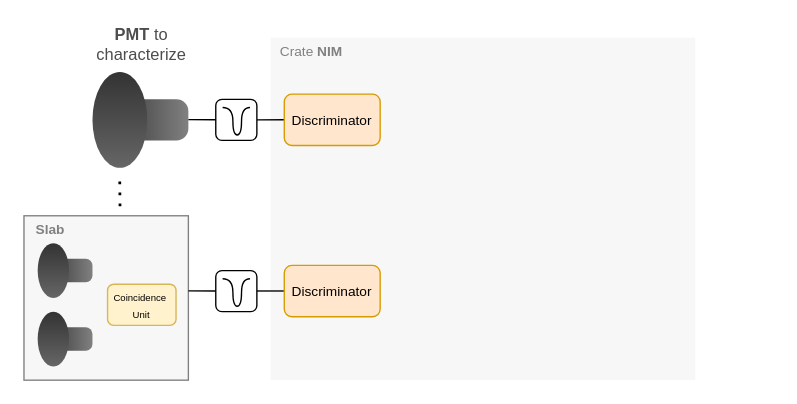
Before: schemes/electronics.drawio in trRiccardo/MuonLifetime, a draw.io diagram. Source tidied: cells renumbered, new cells numbered last; positions are measured from the earlier drawing's top-left corner, leaving out a move shared by most shapes. Both pictures are drawn from the tidied source at 137%, with x=0, y=0 at pixel (23, 23).
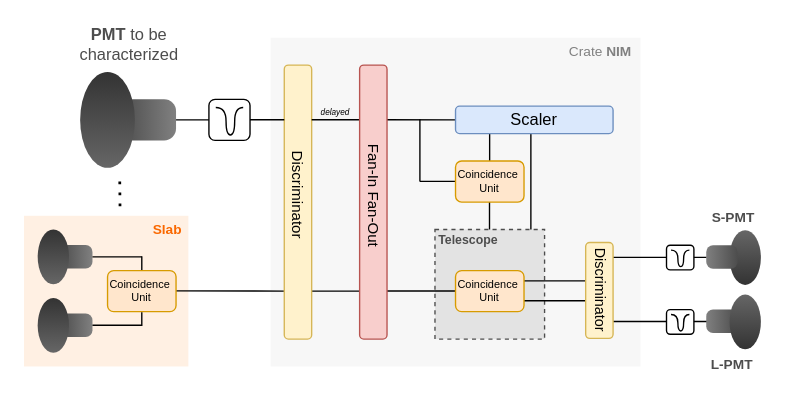
The same page after the edit.

Commit message (it also covers changes not shown here):
finished scheme for efficiency measurements

Change to the diagram source:
```diff
@@
+    <mxCell id="3" style="rounded=0;whiteSpace=wrap;html=1;strokeColor=none;fillColor=#F7F7F7;gradientDirection=east;fontColor=#333333;" parent="1" vertex="1">
+      <mxGeometry x="180" y="10" width="270" height="240" as="geometry" />
+    </mxCell>
+    <mxCell id="27" style="endArrow=none;html=1;rounded=0;fontSize=11;fontColor=#000000;" parent="1" edge="1">
+      <mxGeometry relative="1" as="geometry">
+        <mxPoint x="210" y="195" as="sourcePoint" />
+        <mxPoint x="264" y="195" as="targetPoint" />
+      </mxGeometry>
+    </mxCell>
+    <mxCell id="28" style="endArrow=none;html=1;rounded=0;fontSize=9;fontColor=#FFFFFF;" parent="1" edge="1">
+      <mxGeometry relative="1" as="geometry">
+        <mxPoint x="430" y="217.2" as="sourcePoint" />
+        <mxPoint x="501" y="217.2" as="targetPoint" />
+      </mxGeometry>
+    </mxCell>
-    <mxCell id="2" style="rounded=0;whiteSpace=wrap;html=1;fontSize=10;fontColor=#4D4D4D;strokeColor=#808080;fillColor=#F7F7F7;gradientColor=none;gradientDirection=east;" parent="1" vertex="1">
-      <mxGeometry y="140" width="120" height="120" as="geometry" />
+    <mxCell id="2" style="rounded=0;whiteSpace=wrap;html=1;fontSize=10;strokeColor=none;fillColor=#FFF0E3;gradientDirection=east;" parent="1" vertex="1">
+      <mxGeometry y="140" width="120" height="110" as="geometry" />
     </mxCell>
-    <mxCell id="3" style="rounded=0;whiteSpace=wrap;html=1;strokeColor=none;fillColor=#F7F7F7;gradientDirection=east;fontColor=#333333;" parent="1" vertex="1">
-      <mxGeometry x="180" y="10" width="310" height="250" as="geometry" />
-    </mxCell>
     <mxCell id="4" style="rounded=1;whiteSpace=wrap;html=1;arcSize=29;strokeColor=none;fillColor=#4D4D4D;gradientColor=#808080;gradientDirection=east;" parent="1" vertex="1">
-      <mxGeometry x="80" y="55" width="40" height="30" as="geometry" />
+      <mxGeometry x="71" y="55" width="40" height="30" as="geometry" />
     </mxCell>
     <mxCell id="5" style="ellipse;whiteSpace=wrap;html=1;fillColor=#333333;gradientColor=#666666;strokeColor=none;" parent="1" vertex="1">
-      <mxGeometry x="50" y="35" width="40" height="70" as="geometry" />
+      <mxGeometry x="41" y="35" width="40" height="70" as="geometry" />
     </mxCell>
-    <mxCell id="6" value="&lt;font&gt;&lt;font color=&quot;#4d4d4d&quot;&gt;&lt;b&gt;PMT &lt;/b&gt;to characterize&lt;/font&gt;&lt;br&gt;&lt;/font&gt;" style="text;html=1;align=center;verticalAlign=middle;whiteSpace=wrap;rounded=0;fontColor=#000000;" parent="1" vertex="1">
-      <mxGeometry x="56" width="60" height="30" as="geometry" />
+    <mxCell id="6" value="&lt;font&gt;&lt;font color=&quot;#4d4d4d&quot;&gt;&lt;b&gt;PMT &lt;/b&gt;to be characterized&lt;/font&gt;&lt;br&gt;&lt;/font&gt;" style="text;html=1;align=center;verticalAlign=middle;whiteSpace=wrap;rounded=0;fontColor=#000000;" parent="1" vertex="1">
+      <mxGeometry x="47" width="60" height="30" as="geometry" />
     </mxCell>
@@
-    <mxCell id="8" style="endArrow=none;html=1;rounded=0;fontColor=#000000;startArrow=none;entryX=0;entryY=0.5;entryDx=0;entryDy=0;" parent="1" edge="1" source="9" target="16">
-      <mxGeometry relative="1" as="geometry" />
-    </mxCell>
-    <mxCell id="9" style="rounded=1;whiteSpace=wrap;html=1;fontColor=#000000;strokeColor=#000000;fillColor=#FFFFFF;gradientColor=none;gradientDirection=east;" parent="1" vertex="1">
-      <mxGeometry x="140" y="55" width="30" height="30" as="geometry" />
-    </mxCell>
-    <mxCell id="10" style="endArrow=none;html=1;rounded=0;fontColor=#000000;" parent="1" edge="1" target="9">
-      <mxGeometry relative="1" as="geometry">
-        <mxPoint x="120" y="69.8" as="sourcePoint" />
-      </mxGeometry>
+    <mxCell id="10" style="endArrow=none;html=1;rounded=0;fontColor=#000000;exitX=1;exitY=0.5;exitDx=0;exitDy=0;" parent="1" edge="1" source="4" target="9">
+      <mxGeometry relative="1" as="geometry" />
     </mxCell>
-    <mxCell id="11" style="rounded=1;whiteSpace=wrap;html=1;fontColor=#000000;strokeColor=#000000;fillColor=#FFFFFF;gradientColor=none;gradientDirection=east;" parent="1" vertex="1">
-      <mxGeometry x="140" y="180" width="30" height="30" as="geometry" />
-    </mxCell>
-    <mxCell id="12" style="endArrow=none;html=1;rounded=0;fontColor=#000000;" parent="1" edge="1" target="11">
+    <mxCell id="12" style="endArrow=none;html=1;rounded=0;fontColor=#000000;" parent="1" edge="1">
       <mxGeometry relative="1" as="geometry">
-        <mxPoint x="120" y="194.8" as="sourcePoint" />
+        <mxPoint x="111" y="194.8" as="sourcePoint" />
+        <mxPoint x="190" y="195" as="targetPoint" />
       </mxGeometry>
     </mxCell>
-    <mxCell id="13" style="endArrow=none;html=1;rounded=0;shadow=0;fontColor=#000000;endFill=0;sketch=0;edgeStyle=orthogonalEdgeStyle;curved=1;points=[[0,0,0,0,0],[0,0.24,0,0,0],[0,0.5,0,0,0],[0,0.76,0,0,0],[0,1,0,0,0],[0.26,0,0,0,0],[0.26,1,0,0,0],[0.5,0,0,0,0],[0.5,1,0,0,0],[0.76,0,0,0,0],[0.76,1,0,0,0],[1,0,0,0,0],[1,0.26,0,0,0],[1,0.5,0,0,0],[1,0.76,0,0,0],[1,1,0,0,0]];" parent="1" edge="1">
-      <mxGeometry relative="1" as="geometry">
-        <mxPoint x="145" y="61" as="sourcePoint" />
-        <mxPoint x="165" y="61" as="targetPoint" />
-        <Array as="points">
-          <mxPoint x="152.5" y="61" />
-          <mxPoint x="152.5" y="81" />
-          <mxPoint x="158.8" y="81" />
-          <mxPoint x="158.8" y="61" />
-        </Array>
-      </mxGeometry>
-    </mxCell>
-    <mxCell id="14" style="endArrow=none;html=1;rounded=0;shadow=0;fontColor=#000000;endFill=0;sketch=0;edgeStyle=orthogonalEdgeStyle;curved=1;points=[[0,0,0,0,0],[0,0.24,0,0,0],[0,0.5,0,0,0],[0,0.76,0,0,0],[0,1,0,0,0],[0.26,0,0,0,0],[0.26,1,0,0,0],[0.5,0,0,0,0],[0.5,1,0,0,0],[0.76,0,0,0,0],[0.76,1,0,0,0],[1,0,0,0,0],[1,0.26,0,0,0],[1,0.5,0,0,0],[1,0.76,0,0,0],[1,1,0,0,0]];" parent="1" edge="1">
-      <mxGeometry relative="1" as="geometry">
-        <mxPoint x="145" y="186" as="sourcePoint" />
-        <mxPoint x="165" y="186" as="targetPoint" />
-        <Array as="points">
-          <mxPoint x="152.5" y="186" />
-          <mxPoint x="152.5" y="206" />
-          <mxPoint x="158.8" y="206" />
-          <mxPoint x="158.8" y="186" />
-        </Array>
-      </mxGeometry>
-    </mxCell>
     <mxCell id="15" value="Crate&lt;b&gt; NIM&lt;/b&gt;" style="text;html=1;strokeColor=none;fillColor=none;align=center;verticalAlign=middle;whiteSpace=wrap;rounded=0;fontColor=#808080;fontSize=10;" parent="1" vertex="1">
-      <mxGeometry x="180" y="10" width="60" height="20" as="geometry" />
+      <mxGeometry x="391" y="10" width="60" height="20" as="geometry" />
     </mxCell>
-    <mxCell id="16" value="Discriminator" style="rounded=1;whiteSpace=wrap;html=1;fontSize=10;strokeColor=#d79b00;fillColor=#ffe6cc;gradientDirection=east;" parent="1" vertex="1">
-      <mxGeometry x="190" y="51.2" width="70" height="37.5" as="geometry" />
-    </mxCell>
-    <mxCell id="17" style="endArrow=none;html=1;rounded=0;fontColor=#000000;startArrow=none;entryX=0;entryY=0.5;entryDx=0;entryDy=0;" parent="1" edge="1">
-      <mxGeometry relative="1" as="geometry">
-        <mxPoint x="170" y="194.9" as="sourcePoint" />
-        <mxPoint x="190" y="194.9" as="targetPoint" />
-      </mxGeometry>
-    </mxCell>
-    <mxCell id="18" value="Discriminator" style="rounded=1;whiteSpace=wrap;html=1;fontSize=10;strokeColor=#d79b00;fillColor=#ffe6cc;gradientDirection=east;" parent="1" vertex="1">
-      <mxGeometry x="190" y="176.2" width="70" height="37.5" as="geometry" />
-    </mxCell>
     <mxCell id="19" style="group;" parent="1" vertex="1">
-      <mxGeometry x="10" y="160" width="40" height="40" as="geometry" />
+      <mxGeometry x="10" y="150" width="40" height="40" as="geometry" />
     </mxCell>
@@
-    <mxCell id="22" value="&lt;b&gt;Slab&lt;/b&gt;" style="text;html=1;strokeColor=none;fillColor=none;align=center;verticalAlign=middle;whiteSpace=wrap;rounded=0;fontColor=#808080;fontSize=10;" parent="1" vertex="1">
-      <mxGeometry y="140" width="39" height="20" as="geometry" />
+    <mxCell id="22" value="&lt;b&gt;Slab&lt;/b&gt;" style="text;html=1;strokeColor=none;fillColor=none;align=center;verticalAlign=middle;whiteSpace=wrap;rounded=0;fontColor=#FA6800;fontSize=10;" parent="1" vertex="1">
+      <mxGeometry x="90" y="140" width="30" height="20" as="geometry" />
     </mxCell>
     <mxCell id="23" style="group;" parent="1" vertex="1">
-      <mxGeometry x="10" y="210" width="40" height="40" as="geometry" />
+      <mxGeometry x="10" y="200" width="40" height="40" as="geometry" />
     </mxCell>
@@
-    <mxCell id="26" value="&lt;font style=&quot;font-size: 7px&quot;&gt;Coincidence&amp;nbsp;&lt;br&gt;Unit&lt;/font&gt;" style="rounded=1;whiteSpace=wrap;html=1;fontSize=10;strokeColor=#d6b656;fillColor=#fff2cc;gradientDirection=east;" parent="1" vertex="1">
-      <mxGeometry x="61" y="190" width="50" height="30" as="geometry" />
+    <mxCell id="26" value="&lt;font style=&quot;font-size: 8px;&quot;&gt;Coincidence&amp;nbsp;&lt;br style=&quot;font-size: 8px;&quot;&gt;Unit&lt;/font&gt;" style="rounded=1;whiteSpace=wrap;html=1;fontSize=8;strokeColor=#d79b00;fillColor=#ffe6cc;gradientDirection=east;verticalAlign=middle;" parent="1" vertex="1">
+      <mxGeometry x="61" y="180" width="50" height="30" as="geometry" />
     </mxCell>
+    <mxCell id="29" style="endArrow=none;html=1;rounded=0;" parent="1" edge="1">
+      <mxGeometry relative="1" as="geometry">
+        <mxPoint x="50" y="219.9" as="sourcePoint" />
+        <mxPoint x="86" y="219.9" as="targetPoint" />
+      </mxGeometry>
+    </mxCell>
+    <mxCell id="30" style="endArrow=none;html=1;rounded=0;" parent="1" edge="1">
+      <mxGeometry relative="1" as="geometry">
+        <mxPoint x="50" y="170" as="sourcePoint" />
+        <mxPoint x="86" y="170" as="targetPoint" />
+      </mxGeometry>
+    </mxCell>
+    <mxCell id="31" style="endArrow=none;html=1;rounded=0;" parent="1" edge="1">
+      <mxGeometry relative="1" as="geometry">
+        <mxPoint x="86" y="220.4" as="sourcePoint" />
+        <mxPoint x="86" y="210.5" as="targetPoint" />
+      </mxGeometry>
+    </mxCell>
+    <mxCell id="32" style="endArrow=none;html=1;rounded=0;" parent="1" edge="1">
+      <mxGeometry relative="1" as="geometry">
+        <mxPoint x="86" y="179.5" as="sourcePoint" />
+        <mxPoint x="86" y="169.5" as="targetPoint" />
+      </mxGeometry>
+    </mxCell>
+    <mxCell id="33" style="group;" parent="1" vertex="1">
+      <mxGeometry x="135" y="55" width="30" height="30" as="geometry" />
+    </mxCell>
+    <mxCell id="9" style="rounded=1;whiteSpace=wrap;html=1;fontColor=#000000;strokeColor=#000000;fillColor=#FFFFFF;gradientColor=none;gradientDirection=east;" parent="33" vertex="1">
+      <mxGeometry width="30" height="30" as="geometry" />
+    </mxCell>
+    <mxCell id="13" style="endArrow=none;html=1;rounded=0;shadow=0;fontColor=#000000;endFill=0;sketch=0;edgeStyle=orthogonalEdgeStyle;curved=1;points=[[0,0,0,0,0],[0,0.24,0,0,0],[0,0.5,0,0,0],[0,0.76,0,0,0],[0,1,0,0,0],[0.26,0,0,0,0],[0.26,1,0,0,0],[0.5,0,0,0,0],[0.5,1,0,0,0],[0.76,0,0,0,0],[0.76,1,0,0,0],[1,0,0,0,0],[1,0.26,0,0,0],[1,0.5,0,0,0],[1,0.76,0,0,0],[1,1,0,0,0]];" parent="33" edge="1">
+      <mxGeometry relative="1" as="geometry">
+        <mxPoint x="5" y="6" as="sourcePoint" />
+        <mxPoint x="25" y="6" as="targetPoint" />
+        <Array as="points">
+          <mxPoint x="12.5" y="6" />
+          <mxPoint x="12.5" y="26" />
+          <mxPoint x="18.8" y="26" />
+          <mxPoint x="18.8" y="6" />
+        </Array>
+      </mxGeometry>
+    </mxCell>
+    <mxCell id="34" style="rounded=0;whiteSpace=wrap;html=1;fontSize=8;fontColor=#333333;fillColor=#E3E3E3;strokeColor=#4D4D4D;dashed=1;" parent="1" vertex="1">
+      <mxGeometry x="300" y="150" width="80" height="80" as="geometry" />
+    </mxCell>
+    <mxCell id="16" style="rounded=1;whiteSpace=wrap;html=1;fontSize=9.5;strokeColor=#d6b656;fillColor=#fff2cc;gradientDirection=east;gradientColor=none;" parent="1" vertex="1">
+      <mxGeometry x="190" y="30" width="20" height="200" as="geometry" />
+    </mxCell>
+    <mxCell id="35" value="Discriminator" style="text;html=1;strokeColor=none;fillColor=none;align=center;verticalAlign=middle;whiteSpace=wrap;rounded=0;fontSize=11;fontColor=#000000;rotation=90;" parent="1" vertex="1">
+      <mxGeometry x="170" y="110" width="60" height="30" as="geometry" />
+    </mxCell>
+    <mxCell id="36" style="endArrow=none;html=1;rounded=0;fontSize=11;fontColor=#000000;" parent="1" edge="1">
+      <mxGeometry relative="1" as="geometry">
+        <mxPoint x="165" y="69.9" as="sourcePoint" />
+        <mxPoint x="190" y="69.9" as="targetPoint" />
+      </mxGeometry>
+    </mxCell>
+    <mxCell id="37" style="endArrow=none;html=1;rounded=0;fontSize=11;fontColor=#000000;" parent="1" edge="1">
+      <mxGeometry relative="1" as="geometry">
+        <mxPoint x="210" y="69.9" as="sourcePoint" />
+        <mxPoint x="246" y="69.9" as="targetPoint" />
+      </mxGeometry>
+    </mxCell>
+    <mxCell id="38" value="&lt;font style=&quot;font-size: 6px;&quot;&gt;&lt;i style=&quot;font-size: 6px;&quot;&gt;delayed&lt;/i&gt;&lt;/font&gt;" style="text;html=1;strokeColor=none;fillColor=none;align=center;verticalAlign=middle;whiteSpace=wrap;rounded=0;fontSize=6;fontColor=#000000;" parent="1" vertex="1">
+      <mxGeometry x="215" y="62" width="25" height="5" as="geometry" />
+    </mxCell>
+    <mxCell id="39" style="group;rotation=-180;" parent="1" vertex="1">
+      <mxGeometry x="488" y="187.5" width="50" height="50" as="geometry" />
+    </mxCell>
+    <mxCell id="40" style="rounded=1;whiteSpace=wrap;html=1;arcSize=29;strokeColor=none;fillColor=#4D4D4D;gradientColor=#808080;gradientDirection=east;rotation=-180;" parent="39" vertex="1">
+      <mxGeometry x="10" y="21" width="22.9" height="17.1" as="geometry" />
+    </mxCell>
+    <mxCell id="41" style="ellipse;whiteSpace=wrap;html=1;fillColor=#333333;gradientColor=#666666;strokeColor=none;rotation=-180;" parent="39" vertex="1">
+      <mxGeometry x="27" y="10" width="22.9" height="40" as="geometry" />
+    </mxCell>
+    <mxCell id="42" value="&lt;font&gt;&lt;font color=&quot;#4d4d4d&quot;&gt;&lt;b style=&quot;font-size: 9px;&quot;&gt;Telescope&lt;/b&gt;&lt;/font&gt;&lt;br&gt;&lt;/font&gt;" style="text;html=1;align=center;verticalAlign=middle;whiteSpace=wrap;rounded=0;fontColor=#000000;" parent="1" vertex="1">
+      <mxGeometry x="302" y="152" width="45" height="10" as="geometry" />
+    </mxCell>
+    <mxCell id="43" style="group;rotation=-180;" parent="1" vertex="1">
+      <mxGeometry x="488" y="140.5" width="60" height="50" as="geometry" />
+    </mxCell>
+    <mxCell id="44" style="ellipse;whiteSpace=wrap;html=1;fillColor=#333333;gradientColor=#666666;strokeColor=none;rotation=-180;" parent="43" vertex="1">
+      <mxGeometry x="27" y="10" width="22.9" height="40" as="geometry" />
+    </mxCell>
+    <mxCell id="45" style="rounded=1;whiteSpace=wrap;html=1;arcSize=29;strokeColor=none;fillColor=#4D4D4D;gradientColor=#808080;gradientDirection=east;rotation=-180;" parent="43" vertex="1">
+      <mxGeometry x="10" y="21" width="22.9" height="17.1" as="geometry" />
+    </mxCell>
+    <mxCell id="46" style="group;" parent="1" vertex="1">
+      <mxGeometry x="469" y="161.5" width="20" height="18" as="geometry" />
+    </mxCell>
+    <mxCell id="47" style="endArrow=none;html=1;rounded=0;fontSize=9;fontColor=#FFFFFF;" parent="46" edge="1">
+      <mxGeometry relative="1" as="geometry">
+        <mxPoint x="-40" y="8.9" as="sourcePoint" />
+        <mxPoint x="29" y="8.9" as="targetPoint" />
+      </mxGeometry>
+    </mxCell>
+    <mxCell id="48" style="rounded=1;whiteSpace=wrap;html=1;fontColor=#000000;strokeColor=#000000;fillColor=#FFFFFF;gradientColor=none;gradientDirection=east;" parent="46" vertex="1">
+      <mxGeometry width="20" height="18" as="geometry" />
+    </mxCell>
+    <mxCell id="49" style="endArrow=none;html=1;rounded=0;shadow=0;fontColor=#000000;endFill=0;sketch=0;edgeStyle=orthogonalEdgeStyle;curved=1;points=[[0,0,0,0,0],[0,0.24,0,0,0],[0,0.5,0,0,0],[0,0.76,0,0,0],[0,1,0,0,0],[0.26,0,0,0,0],[0.26,1,0,0,0],[0.5,0,0,0,0],[0.5,1,0,0,0],[0.76,0,0,0,0],[0.76,1,0,0,0],[1,0,0,0,0],[1,0.26,0,0,0],[1,0.5,0,0,0],[1,0.76,0,0,0],[1,1,0,0,0]];" parent="46" edge="1">
+      <mxGeometry relative="1" as="geometry">
+        <mxPoint x="3.3" y="3.6" as="sourcePoint" />
+        <mxPoint x="16.7" y="3.6" as="targetPoint" />
+        <Array as="points">
+          <mxPoint x="8.3" y="3.6" />
+          <mxPoint x="8.3" y="15.6" />
+          <mxPoint x="12.5" y="15.6" />
+          <mxPoint x="12.5" y="3.6" />
+        </Array>
+      </mxGeometry>
+    </mxCell>
+    <mxCell id="50" style="group;" parent="1" vertex="1">
+      <mxGeometry x="469" y="208.5" width="20" height="18" as="geometry" />
+    </mxCell>
+    <mxCell id="51" style="rounded=1;whiteSpace=wrap;html=1;fontColor=#000000;strokeColor=#000000;fillColor=#FFFFFF;gradientColor=none;gradientDirection=east;" parent="50" vertex="1">
+      <mxGeometry width="20" height="18" as="geometry" />
+    </mxCell>
+    <mxCell id="52" style="endArrow=none;html=1;rounded=0;shadow=0;fontColor=#000000;endFill=0;sketch=0;edgeStyle=orthogonalEdgeStyle;curved=1;points=[[0,0,0,0,0],[0,0.24,0,0,0],[0,0.5,0,0,0],[0,0.76,0,0,0],[0,1,0,0,0],[0.26,0,0,0,0],[0.26,1,0,0,0],[0.5,0,0,0,0],[0.5,1,0,0,0],[0.76,0,0,0,0],[0.76,1,0,0,0],[1,0,0,0,0],[1,0.26,0,0,0],[1,0.5,0,0,0],[1,0.76,0,0,0],[1,1,0,0,0]];" parent="50" edge="1">
+      <mxGeometry relative="1" as="geometry">
+        <mxPoint x="3.3" y="3.6" as="sourcePoint" />
+        <mxPoint x="16.7" y="3.6" as="targetPoint" />
+        <Array as="points">
+          <mxPoint x="8.3" y="3.6" />
+          <mxPoint x="8.3" y="15.6" />
+          <mxPoint x="12.5" y="15.6" />
+          <mxPoint x="12.5" y="3.6" />
+        </Array>
+      </mxGeometry>
+    </mxCell>
+    <mxCell id="53" style="endArrow=none;html=1;rounded=0;fontSize=9;fontColor=#FFFFFF;" parent="1" edge="1">
+      <mxGeometry relative="1" as="geometry">
+        <mxPoint x="365" y="187.5" as="sourcePoint" />
+        <mxPoint x="410" y="187.5" as="targetPoint" />
+      </mxGeometry>
+    </mxCell>
+    <mxCell id="54" style="endArrow=none;html=1;rounded=0;fontSize=9;fontColor=#FFFFFF;" parent="1" edge="1">
+      <mxGeometry relative="1" as="geometry">
+        <mxPoint x="365" y="202" as="sourcePoint" />
+        <mxPoint x="410" y="202" as="targetPoint" />
+      </mxGeometry>
+    </mxCell>
+    <mxCell id="55" style="rounded=1;whiteSpace=wrap;html=1;fontSize=9.5;strokeColor=#d6b656;fillColor=#fff2cc;gradientDirection=east;gradientColor=none;" parent="1" vertex="1">
+      <mxGeometry x="410" y="159.5" width="20" height="70" as="geometry" />
+    </mxCell>
+    <mxCell id="56" style="endArrow=none;html=1;rounded=0;fontSize=9;fontColor=#FFFFFF;" parent="1" edge="1">
+      <mxGeometry relative="1" as="geometry">
+        <mxPoint x="265" y="194.9" as="sourcePoint" />
+        <mxPoint x="315" y="194.9" as="targetPoint" />
+      </mxGeometry>
+    </mxCell>
+    <mxCell id="57" value="&lt;font style=&quot;font-size: 8px;&quot;&gt;Coincidence&amp;nbsp;&lt;br style=&quot;font-size: 8px;&quot;&gt;Unit&lt;/font&gt;" style="rounded=1;whiteSpace=wrap;html=1;fontSize=8;strokeColor=#d79b00;fillColor=#ffe6cc;gradientDirection=east;verticalAlign=middle;" parent="1" vertex="1">
+      <mxGeometry x="315" y="180" width="50" height="30" as="geometry" />
+    </mxCell>
+    <mxCell id="58" value="Discriminator" style="text;html=1;strokeColor=none;fillColor=none;align=center;verticalAlign=middle;whiteSpace=wrap;rounded=0;fontSize=10.5;fontColor=#000000;rotation=90;" parent="1" vertex="1">
+      <mxGeometry x="391" y="185.2" width="60" height="18.5" as="geometry" />
+    </mxCell>
+    <mxCell id="59" style="endArrow=none;html=1;rounded=0;fontSize=10.5;fontColor=#FFFFFF;entryX=0;entryY=0.5;entryDx=0;entryDy=0;" parent="1" edge="1" target="68">
+      <mxGeometry relative="1" as="geometry">
+        <mxPoint x="265" y="69.9" as="sourcePoint" />
+      </mxGeometry>
+    </mxCell>
+    <mxCell id="60" style="endArrow=none;html=1;rounded=0;fontSize=10.5;fontColor=#FFFFFF;" parent="1" edge="1">
+      <mxGeometry relative="1" as="geometry">
+        <mxPoint x="289" y="115" as="sourcePoint" />
+        <mxPoint x="289" y="69.5" as="targetPoint" />
+      </mxGeometry>
+    </mxCell>
+    <mxCell id="61" style="endArrow=none;html=1;rounded=0;fontSize=10.5;fontColor=#FFFFFF;" parent="1" edge="1">
+      <mxGeometry relative="1" as="geometry">
+        <mxPoint x="289" y="114.9" as="sourcePoint" />
+        <mxPoint x="315" y="114.9" as="targetPoint" />
+      </mxGeometry>
+    </mxCell>
+    <mxCell id="62" style="rounded=1;whiteSpace=wrap;html=1;fontSize=9.5;strokeColor=#b85450;fillColor=#f8cecc;gradientDirection=east;" parent="1" vertex="1">
+      <mxGeometry x="245" y="30" width="20" height="200" as="geometry" />
+    </mxCell>
+    <mxCell id="63" style="endArrow=none;html=1;rounded=0;fontSize=10.5;fontColor=#FFFFFF;" parent="1" edge="1">
+      <mxGeometry relative="1" as="geometry">
+        <mxPoint x="339.8" y="150" as="sourcePoint" />
+        <mxPoint x="339.8" y="130" as="targetPoint" />
+      </mxGeometry>
+    </mxCell>
+    <mxCell id="64" value="Fan-In Fan-Out" style="text;html=1;strokeColor=none;fillColor=none;align=center;verticalAlign=middle;whiteSpace=wrap;rounded=0;fontSize=11;fontColor=#000000;rotation=90;" parent="1" vertex="1">
+      <mxGeometry x="211" y="110.5" width="90" height="30" as="geometry" />
+    </mxCell>
+    <mxCell id="65" style="endArrow=none;html=1;rounded=0;fontSize=10.5;fontColor=#FFFFFF;" parent="1" edge="1">
+      <mxGeometry relative="1" as="geometry">
+        <mxPoint x="339.9" y="100" as="sourcePoint" />
+        <mxPoint x="339.9" y="80" as="targetPoint" />
+      </mxGeometry>
+    </mxCell>
+    <mxCell id="66" value="&lt;font style=&quot;font-size: 8px;&quot;&gt;Coincidence&amp;nbsp;&lt;br style=&quot;font-size: 8px;&quot;&gt;Unit&lt;/font&gt;" style="rounded=1;whiteSpace=wrap;html=1;fontSize=8;strokeColor=#d79b00;fillColor=#ffe6cc;gradientDirection=east;verticalAlign=middle;" parent="1" vertex="1">
+      <mxGeometry x="315" y="100" width="50" height="30" as="geometry" />
+    </mxCell>
+    <mxCell id="67" style="endArrow=none;html=1;rounded=0;fontSize=10.5;fontColor=#FFFFFF;" parent="1" edge="1">
+      <mxGeometry relative="1" as="geometry">
+        <mxPoint x="370" y="150" as="sourcePoint" />
+        <mxPoint x="370" y="79" as="targetPoint" />
+      </mxGeometry>
+    </mxCell>
+    <mxCell id="68" value="&lt;font style=&quot;font-size: 12px;&quot;&gt;Scaler&lt;/font&gt;" style="rounded=1;whiteSpace=wrap;html=1;fontSize=10.5;fillColor=#dae8fc;strokeColor=#6c8ebf;" parent="1" vertex="1">
+      <mxGeometry x="315" y="60" width="115" height="20" as="geometry" />
+    </mxCell>
+    <mxCell id="69" value="&lt;font style=&quot;font-size: 10px;&quot;&gt;&lt;font color=&quot;#4d4d4d&quot; style=&quot;font-size: 10px;&quot;&gt;&lt;b style=&quot;font-size: 10px;&quot;&gt;L-PMT&lt;/b&gt;&lt;/font&gt;&lt;br style=&quot;font-size: 10px;&quot;&gt;&lt;/font&gt;" style="text;html=1;align=center;verticalAlign=middle;whiteSpace=wrap;rounded=0;fontColor=#000000;fontSize=10;" parent="1" vertex="1">
+      <mxGeometry x="487" y="239" width="60" height="17.5" as="geometry" />
+    </mxCell>
+    <mxCell id="70" value="&lt;font style=&quot;font-size: 10px;&quot;&gt;&lt;font color=&quot;#4d4d4d&quot; style=&quot;font-size: 10px;&quot;&gt;&lt;b style=&quot;font-size: 10px;&quot;&gt;S-PMT&lt;/b&gt;&lt;/font&gt;&lt;br style=&quot;font-size: 10px;&quot;&gt;&lt;/font&gt;" style="text;html=1;align=center;verticalAlign=middle;whiteSpace=wrap;rounded=0;fontColor=#000000;fontSize=10;" parent="1" vertex="1">
+      <mxGeometry x="488" y="131.5" width="60" height="19.5" as="geometry" />
+    </mxCell>
```
